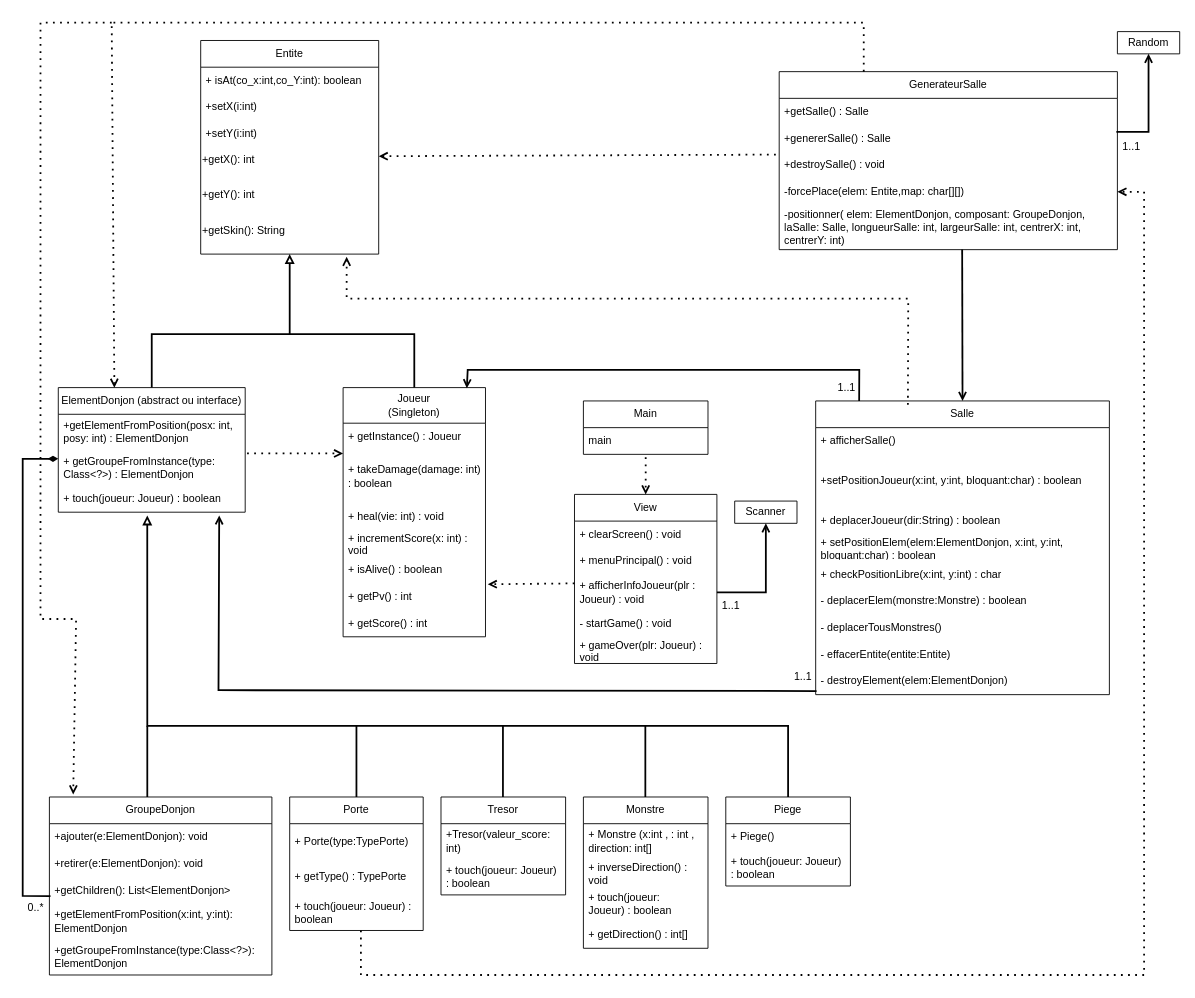
Before: schemaUML.drawio in Humira40mg/ExplorateurDonjon, a draw.io diagram. Source tidied: cells renumbered, new cells numbered last; positions are measured from the earlier drawing's top-left corner, leaving out a move shared by most shapes. Both pictures are drawn from the tidied source at 89%, with x=0, y=0 at pixel (22, 22).
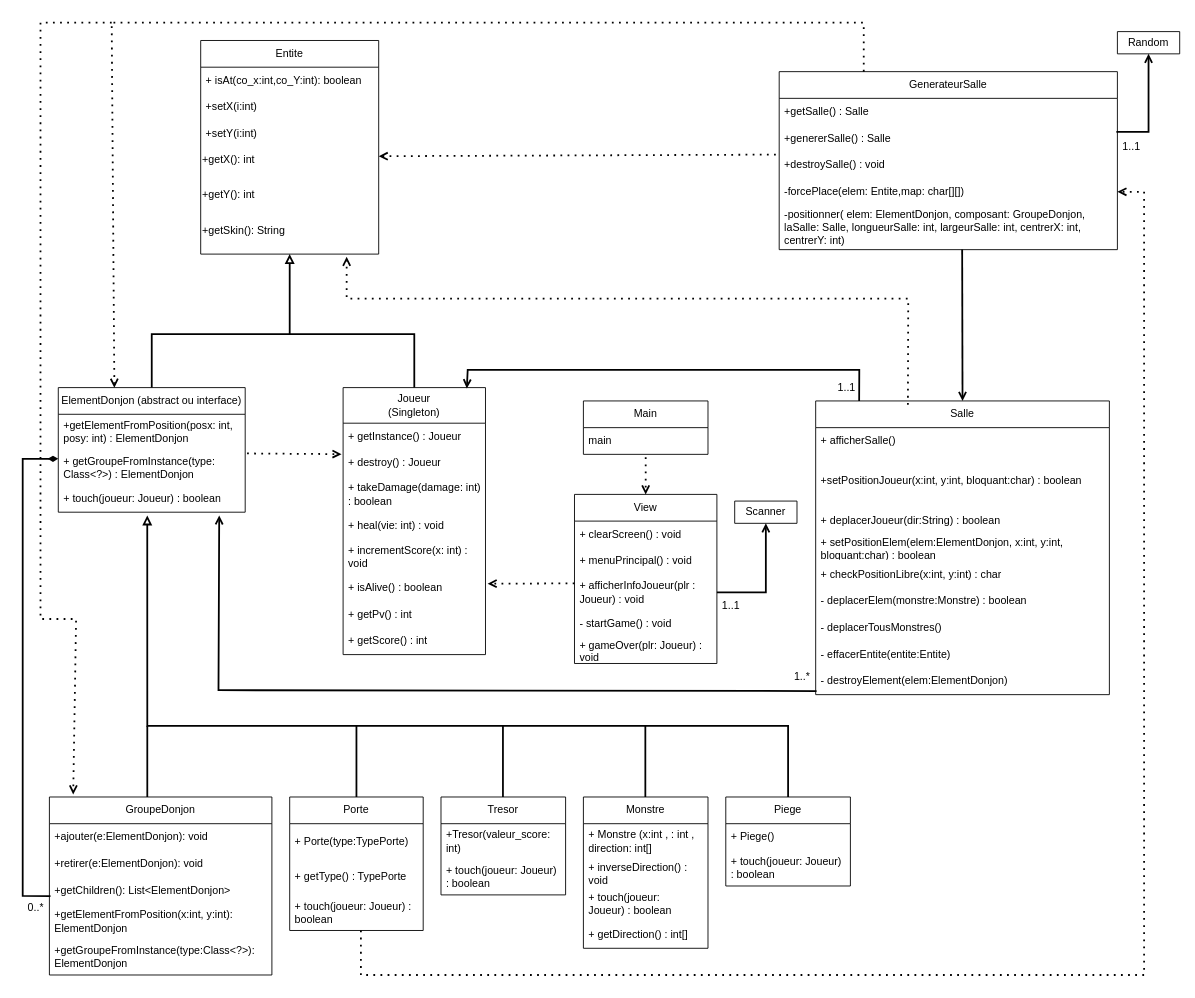
After the change.

Commit message (it also covers changes not shown here):
Mettre à jour schemaUML.drawio

The change refers to these unchanged cells:
```xml
<mxCell id="6" value="+ getGroupeFromInstance(type: Class&amp;lt;?&amp;gt;) : ElementDonjon" style="text;strokeColor=none;fillColor=none;align=left;verticalAlign=middle;spacingLeft=4;spacingRight=4;overflow=hidden;points=[[0,0.5],[1,0.5]];portConstraint=eastwest;whiteSpace=wrap;html=1;" parent="4" vertex="1">
  <mxGeometry y="70" width="210" height="40" as="geometry" />
</mxCell>
```

Change to the diagram source:
```diff
@@
     <mxCell id="54" value="&lt;div&gt;Joueur&lt;/div&gt;&lt;div&gt;(Singleton)&lt;/div&gt;" style="swimlane;fontStyle=0;horizontal=1;startSize=40;whiteSpace=wrap;html=1;" parent="1" vertex="1">
-      <mxGeometry x="360" y="410" width="160" height="280" as="geometry" />
+      <mxGeometry x="360" y="410" width="160" height="300" as="geometry" />
     </mxCell>
@@
+    <mxCell id="94" value="+ destroy() : Joueur" style="text;strokeColor=none;fillColor=none;align=left;verticalAlign=middle;spacingLeft=4;spacingRight=4;overflow=hidden;points=[[0,0.5],[1,0.5]];portConstraint=eastwest;whiteSpace=wrap;html=1;" parent="54" vertex="1">
+      <mxGeometry y="70" width="160" height="30" as="geometry" />
+    </mxCell>
     <mxCell id="56" value="+ takeDamage(damage: int) : boolean" style="text;strokeColor=none;fillColor=none;align=left;verticalAlign=middle;spacingLeft=4;spacingRight=4;overflow=hidden;points=[[0,0.5],[1,0.5]];portConstraint=eastwest;whiteSpace=wrap;html=1;" parent="54" vertex="1">
-      <mxGeometry y="70" width="160" height="60" as="geometry" />
+      <mxGeometry y="100" width="160" height="40" as="geometry" />
     </mxCell>
     <mxCell id="57" value="+ heal(vie: int) : void" style="text;strokeColor=none;fillColor=none;align=left;verticalAlign=middle;spacingLeft=4;spacingRight=4;overflow=hidden;whiteSpace=wrap;html=1;" parent="54" vertex="1">
-      <mxGeometry y="130" width="160" height="30" as="geometry" />
+      <mxGeometry y="140" width="160" height="30" as="geometry" />
     </mxCell>
     <mxCell id="58" value="+ incrementScore(x: int) : void" style="text;strokeColor=none;fillColor=none;align=left;verticalAlign=middle;spacingLeft=4;spacingRight=4;overflow=hidden;whiteSpace=wrap;html=1;" parent="54" vertex="1">
-      <mxGeometry y="160" width="160" height="30" as="geometry" />
+      <mxGeometry y="170" width="160" height="40" as="geometry" />
     </mxCell>
     <mxCell id="59" value="+ isAlive() : boolean" style="text;strokeColor=none;fillColor=none;align=left;verticalAlign=middle;spacingLeft=4;spacingRight=4;overflow=hidden;points=[[0,0.5],[1,0.5]];portConstraint=eastwest;whiteSpace=wrap;html=1;" parent="54" vertex="1">
-      <mxGeometry y="190" width="160" height="30" as="geometry" />
+      <mxGeometry y="210" width="160" height="30" as="geometry" />
     </mxCell>
     <mxCell id="60" value="+ getPv() : int" style="text;strokeColor=none;fillColor=none;align=left;verticalAlign=middle;spacingLeft=4;spacingRight=4;overflow=hidden;points=[[0,0.5],[1,0.5]];portConstraint=eastwest;whiteSpace=wrap;html=1;" parent="54" vertex="1">
-      <mxGeometry y="220" width="160" height="30" as="geometry" />
+      <mxGeometry y="240" width="160" height="30" as="geometry" />
     </mxCell>
     <mxCell id="61" value="+ getScore() : int" style="text;strokeColor=none;fillColor=none;align=left;verticalAlign=middle;spacingLeft=4;spacingRight=4;overflow=hidden;whiteSpace=wrap;html=1;" parent="54" vertex="1">
-      <mxGeometry y="250" width="160" height="30" as="geometry" />
+      <mxGeometry y="270" width="160" height="30" as="geometry" />
     </mxCell>
@@
-    <mxCell id="76" style="endArrow=open;dashed=1;html=1;dashPattern=1 3;strokeWidth=2;rounded=0;entryX=0;entryY=0.067;entryDx=0;entryDy=0;endFill=0;exitX=1.01;exitY=0.1;exitDx=0;exitDy=0;exitPerimeter=0;entryPerimeter=0;" parent="1" edge="1" source="6" target="56">
+    <mxCell id="76" style="endArrow=open;dashed=1;html=1;dashPattern=1 3;strokeWidth=2;rounded=0;endFill=0;exitX=1.01;exitY=0.1;exitDx=0;exitDy=0;exitPerimeter=0;entryX=-0.011;entryY=0.159;entryDx=0;entryDy=0;entryPerimeter=0;" parent="1" edge="1" source="6" target="94">
       <mxGeometry relative="1" as="geometry" />
     </mxCell>
@@
-    <mxCell id="79" style="endArrow=open;dashed=1;html=1;dashPattern=1 3;strokeWidth=2;rounded=0;entryX=1.016;entryY=0.032;entryDx=0;entryDy=0;endFill=0;entryPerimeter=0;" parent="1" edge="1" target="60">
+    <mxCell id="79" style="endArrow=open;dashed=1;html=1;dashPattern=1 3;strokeWidth=2;rounded=0;entryX=1.015;entryY=0.343;entryDx=0;entryDy=0;endFill=0;entryPerimeter=0;" parent="1" edge="1" target="59">
       <mxGeometry relative="1" as="geometry">
         <mxPoint x="620" y="630" as="sourcePoint" />
       </mxGeometry>
     </mxCell>
-    <mxCell id="80" value="1..1" style="text;strokeColor=none;fillColor=none;align=left;verticalAlign=middle;spacingLeft=4;spacingRight=4;overflow=hidden;whiteSpace=wrap;html=1;" parent="1" vertex="1">
+    <mxCell id="80" value="1..*" style="text;strokeColor=none;fillColor=none;align=left;verticalAlign=middle;spacingLeft=4;spacingRight=4;overflow=hidden;whiteSpace=wrap;html=1;" parent="1" vertex="1">
       <mxGeometry x="861" y="720" width="30" height="30" as="geometry" />
     </mxCell>
```
